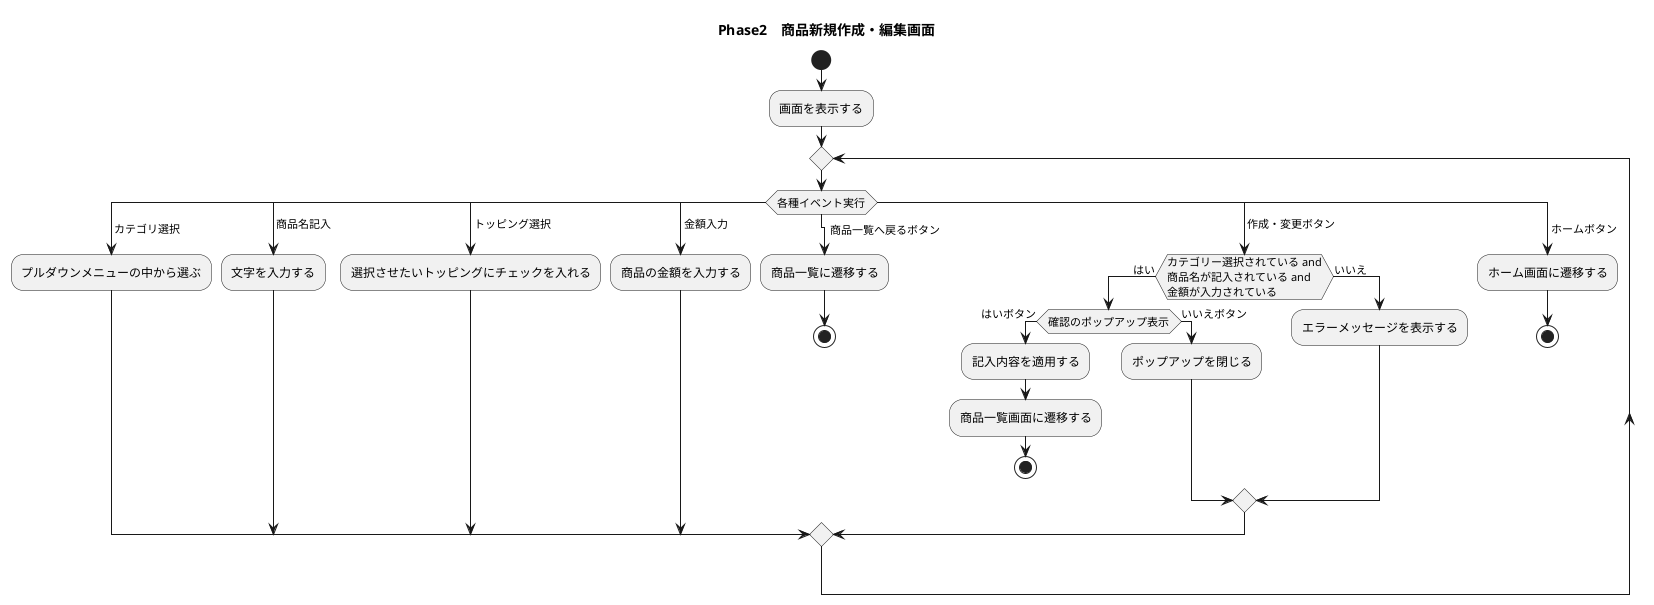
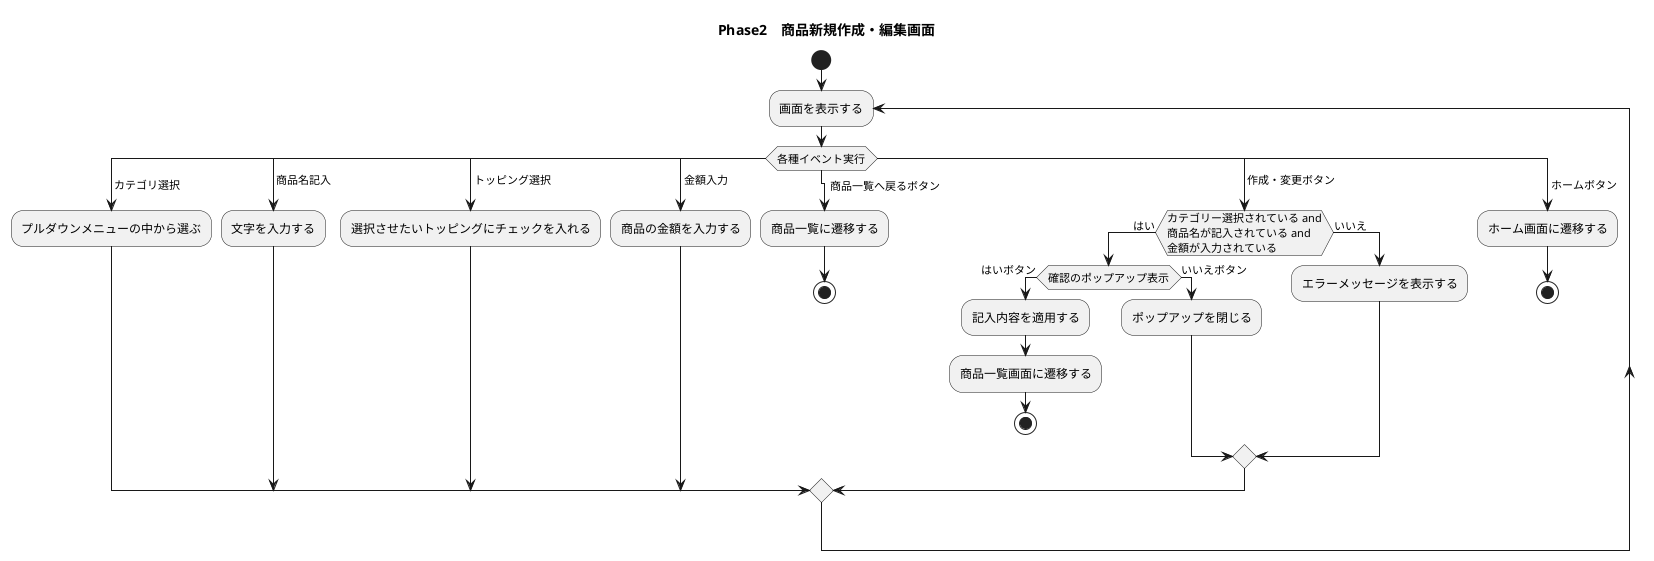
@startuml
title Phase2　商品新規作成・編集画面

start

- :画面を表示する;
- repeat
+ repeat:画面を表示する;
+ 

switch(各種イベント実行)

case( カテゴリ選択)
:プルダウンメニューの中から選ぶ;

case( 商品名記入)
:文字を入力する;

case( トッピング選択)
:選択させたいトッピングにチェックを入れる;

case( 金額入力)
:商品の金額を入力する;

case(   商品一覧へ戻るボタン)
:商品一覧に遷移する;
stop

case( 作成・変更ボタン)
if (カテゴリー選択されている and\n商品名が記入されている and\n金額が入力されている) then(はい)
if(確認のポップアップ表示) then (はいボタン)
:記入内容を適用する;
:商品一覧画面に遷移する;
stop
else(いいえボタン)
:ポップアップを閉じる;
endif
else(いいえ)
:エラーメッセージを表示する;
endif


case( ホームボタン)
:ホーム画面に遷移する;
stop
@enduml